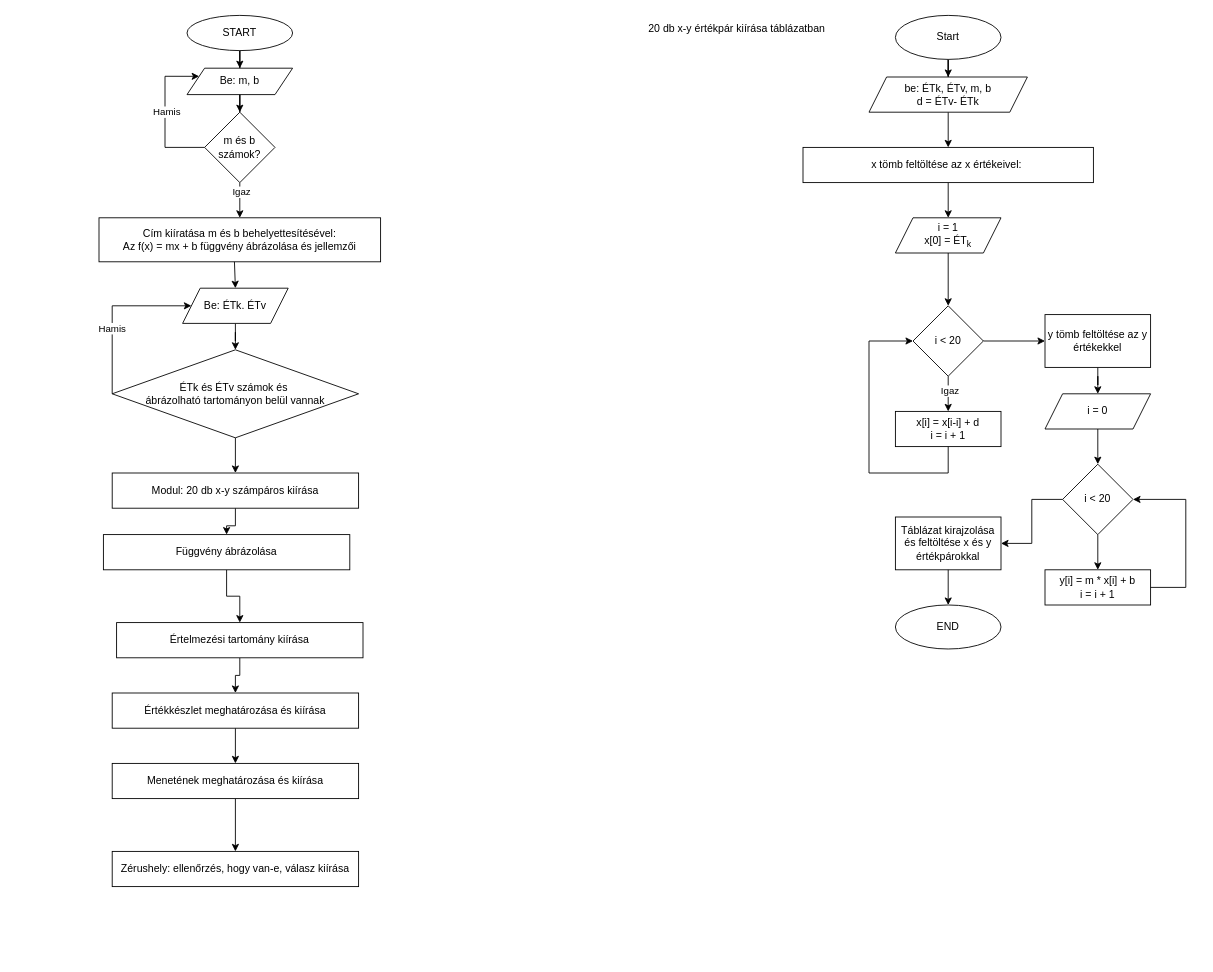
This is elsofoku.drawio from Szirmill/szirmill.github.io, a draw.io file, before an edit. Source tidied: cells renumbered, new cells numbered last; positions are measured from the earlier drawing's top-left corner, leaving out a move shared by most shapes. Both pictures are drawn from the tidied source at 88%, with x=0, y=0 at pixel (99, 15).
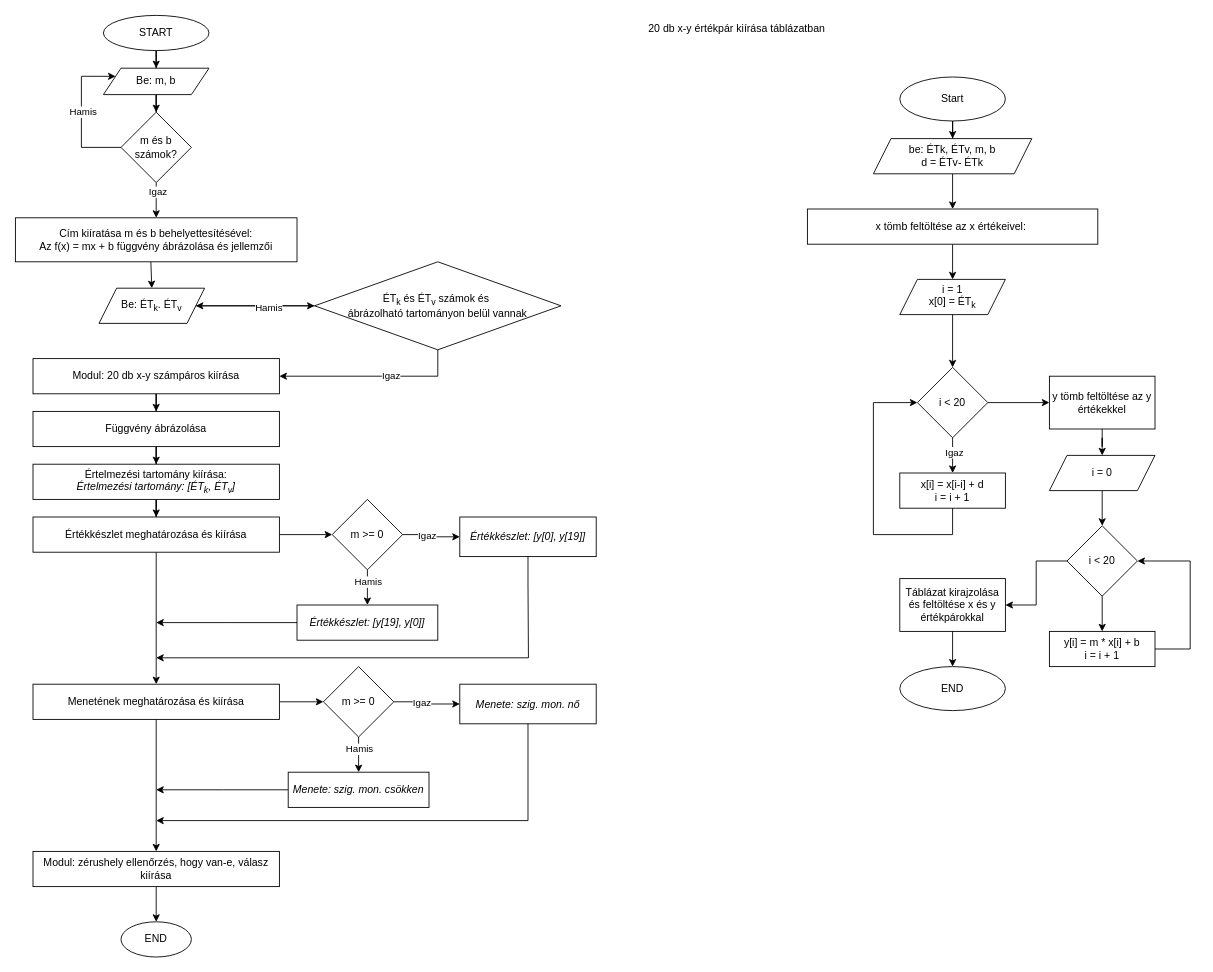
Above is the later version.

The edit, as a diff of the source:
```diff
@@
     <mxCell id="3" value="START" style="ellipse;whiteSpace=wrap;html=1;" parent="1" vertex="1">
-      <mxGeometry x="100" width="120" height="40" as="geometry" />
+      <mxGeometry x="5" width="120" height="40" as="geometry" />
     </mxCell>
@@
     <mxCell id="5" value="Be: m, b" style="shape=parallelogram;perimeter=parallelogramPerimeter;whiteSpace=wrap;html=1;fixedSize=1;" parent="1" vertex="1">
-      <mxGeometry x="100" y="60" width="120" height="30" as="geometry" />
+      <mxGeometry x="5" y="60" width="120" height="30" as="geometry" />
     </mxCell>
@@
     <mxCell id="8" style="edgeStyle=orthogonalEdgeStyle;rounded=0;jettySize=auto;html=1;exitX=0;exitY=0.5;exitDx=0;exitDy=0;entryX=0;entryY=0.25;entryDx=0;entryDy=0;" parent="1" edge="1" source="10" target="5">
       <mxGeometry relative="1" as="geometry">
         <Array as="points">
-          <mxPoint x="75" y="150" />
-          <mxPoint x="75" y="69" />
+          <mxPoint x="-20" y="150" />
+          <mxPoint x="-20" y="69" />
         </Array>
       </mxGeometry>
     </mxCell>
@@
     <mxCell id="10" value="m és b számok?" style="rhombus;whiteSpace=wrap;html=1;" parent="1" vertex="1">
-      <mxGeometry x="120" y="110" width="80" height="80" as="geometry" />
+      <mxGeometry x="25" y="110" width="80" height="80" as="geometry" />
     </mxCell>
@@
-    <mxCell id="12" value="Be: ÉTk.&amp;nbsp;&lt;span style=&quot;background-color: transparent; color: light-dark(rgb(0, 0, 0), rgb(255, 255, 255));&quot;&gt;ÉTv&lt;/span&gt;" style="shape=parallelogram;perimeter=parallelogramPerimeter;whiteSpace=wrap;html=1;fixedSize=1;" parent="1" vertex="1">
-      <mxGeometry x="95" y="310" width="120" height="40" as="geometry" />
+    <mxCell id="12" value="Be: ÉT&lt;sub&gt;k&lt;/sub&gt;.&amp;nbsp;&lt;span style=&quot;background-color: transparent; color: light-dark(rgb(0, 0, 0), rgb(255, 255, 255));&quot;&gt;ÉT&lt;sub&gt;v&lt;/sub&gt;&lt;/span&gt;" style="shape=parallelogram;perimeter=parallelogramPerimeter;whiteSpace=wrap;html=1;fixedSize=1;" parent="1" vertex="1">
+      <mxGeometry y="310" width="120" height="40" as="geometry" />
     </mxCell>
-    <mxCell id="13" value="ÉTk és ÉTv számok és&amp;nbsp;&lt;div&gt;ábrázolható tartományon belül vannak&lt;/div&gt;" style="rhombus;whiteSpace=wrap;html=1;" parent="1" vertex="1">
-      <mxGeometry x="15" y="380" width="280" height="100" as="geometry" />
+    <mxCell id="13" value="ÉT&lt;sub&gt;k&lt;/sub&gt; és ÉT&lt;sub&gt;v&lt;/sub&gt; számok és&amp;nbsp;&lt;div&gt;ábrázolható tartományon belül vannak&lt;/div&gt;" style="rhombus;whiteSpace=wrap;html=1;" parent="1" vertex="1">
+      <mxGeometry x="245" y="280" width="280" height="100" as="geometry" />
     </mxCell>
@@
     <mxCell id="15" value="Modul: 20 db x-y számpáros kiírása" style="whiteSpace=wrap;html=1;" parent="1" vertex="1">
-      <mxGeometry x="15" y="520" width="280" height="40" as="geometry" />
+      <mxGeometry x="-75" y="390" width="280" height="40" as="geometry" />
     </mxCell>
     <mxCell id="16" value="Cím kiíratása m és b behelyettesítésével:&lt;br&gt;Az f(x) = mx + b függvény ábrázolása és jellemzői" style="rounded=0;whiteSpace=wrap;html=1;" parent="1" vertex="1">
-      <mxGeometry y="230" width="320" height="50" as="geometry" />
+      <mxGeometry x="-95" y="230" width="320" height="50" as="geometry" />
     </mxCell>
@@
     <mxCell id="18" value="Függvény ábrázolása" style="whiteSpace=wrap;html=1;" parent="1" vertex="1">
-      <mxGeometry x="5" y="590" width="280" height="40" as="geometry" />
+      <mxGeometry x="-75" y="450" width="280" height="40" as="geometry" />
     </mxCell>
@@
-    <mxCell id="20" value="Értelmezési tartomány kiírása" style="whiteSpace=wrap;html=1;" parent="1" vertex="1">
-      <mxGeometry x="20" y="690" width="280" height="40" as="geometry" />
+    <mxCell id="20" value="Értelmezési tartomány kiírása:&lt;div&gt;&lt;i&gt;Értelmezési tartomány: [ÉT&lt;sub&gt;k&lt;/sub&gt;, ÉT&lt;sub&gt;v&lt;/sub&gt;]&lt;/i&gt;&lt;/div&gt;" style="whiteSpace=wrap;html=1;" parent="1" vertex="1">
+      <mxGeometry x="-75" y="510" width="280" height="40" as="geometry" />
     </mxCell>
@@
+    <mxCell id="57" style="edgeStyle=orthogonalEdgeStyle;rounded=0;jettySize=auto;html=1;exitX=1;exitY=0.5;exitDx=0;exitDy=0;entryX=0;entryY=0.5;entryDx=0;entryDy=0;" parent="1" edge="1" source="22" target="65">
+      <mxGeometry relative="1" as="geometry" />
+    </mxCell>
     <mxCell id="22" value="Értékkészlet meghatározása és kiírása" style="whiteSpace=wrap;html=1;" parent="1" vertex="1">
-      <mxGeometry x="15" y="770" width="280" height="40" as="geometry" />
+      <mxGeometry x="-75" y="570" width="280" height="40" as="geometry" />
     </mxCell>
@@
+    <mxCell id="58" style="edgeStyle=orthogonalEdgeStyle;rounded=0;jettySize=auto;html=1;exitX=1;exitY=0.5;exitDx=0;exitDy=0;" parent="1" edge="1" source="24" target="74">
+      <mxGeometry relative="1" as="geometry" />
+    </mxCell>
     <mxCell id="24" value="Menetének meghatározása és kiírása" style="whiteSpace=wrap;html=1;" parent="1" vertex="1">
-      <mxGeometry x="15" y="850" width="280" height="40" as="geometry" />
+      <mxGeometry x="-75" y="760" width="280" height="40" as="geometry" />
     </mxCell>
+    <mxCell id="59" style="edgeStyle=orthogonalEdgeStyle;rounded=0;jettySize=auto;html=1;" parent="1" edge="1" source="25" target="79">
+      <mxGeometry relative="1" as="geometry" />
+    </mxCell>
-    <mxCell id="25" value="Zérushely: ellenőrzés, hogy van-e, válasz kiírása" style="whiteSpace=wrap;html=1;" parent="1" vertex="1">
-      <mxGeometry x="15" y="950" width="280" height="40" as="geometry" />
+    <mxCell id="25" value="Modul: zérushely ellenőrzés, hogy van-e, válasz kiírása" style="whiteSpace=wrap;html=1;" parent="1" vertex="1">
+      <mxGeometry x="-75" y="950" width="280" height="40" as="geometry" />
     </mxCell>
@@
-    <mxCell id="27" style="endArrow=classic;html=1;rounded=0;exitX=0;exitY=0.5;exitDx=0;exitDy=0;entryX=0;entryY=0.5;entryDx=0;entryDy=0;" parent="1" edge="1" source="13" target="12">
-      <mxGeometry relative="1" as="geometry">
-        <Array as="points">
-          <mxPoint x="15" y="330" />
-        </Array>
-      </mxGeometry>
+    <mxCell id="27" style="endArrow=classic;html=1;rounded=0;exitX=0;exitY=0.5;exitDx=0;exitDy=0;entryX=1;entryY=0.5;entryDx=0;entryDy=0;" parent="1" edge="1" source="13" target="12">
+      <mxGeometry relative="1" as="geometry" />
     </mxCell>
@@
-    <mxCell id="29" style="endArrow=classic;html=1;rounded=0;exitX=0.5;exitY=1;exitDx=0;exitDy=0;entryX=0.5;entryY=0;entryDx=0;entryDy=0;" parent="1" edge="1" source="13" target="15">
-      <mxGeometry relative="1" as="geometry" />
+    <mxCell id="29" style="endArrow=classic;html=1;rounded=0;exitX=0.5;exitY=1;exitDx=0;exitDy=0;entryX=1;entryY=0.5;entryDx=0;entryDy=0;" parent="1" edge="1" source="13" target="15">
+      <mxGeometry relative="1" as="geometry">
+        <Array as="points">
+          <mxPoint x="385" y="410" />
+        </Array>
+      </mxGeometry>
     </mxCell>
+    <mxCell id="60" value="Igaz" style="edgeLabel;html=1;align=center;verticalAlign=middle;" parent="29" vertex="1">
+      <mxGeometry x="-0.2" y="-1" relative="1" as="geometry" />
+    </mxCell>
@@
     <mxCell id="31" value="Start" style="ellipse;whiteSpace=wrap;html=1;" parent="1" vertex="1">
-      <mxGeometry x="905" width="120" height="50" as="geometry" />
+      <mxGeometry x="910" y="70" width="120" height="50" as="geometry" />
     </mxCell>
@@
     <mxCell id="33" value="x tömb feltöltése az x értékeivel:&amp;nbsp;" style="whiteSpace=wrap;html=1;" parent="1" vertex="1">
-      <mxGeometry x="800" y="150" width="330" height="40" as="geometry" />
+      <mxGeometry x="805" y="220" width="330" height="40" as="geometry" />
     </mxCell>
@@
     <mxCell id="35" value="i = 1&lt;div&gt;x[0] = ÉT&lt;sub&gt;k&lt;/sub&gt;&lt;/div&gt;" style="shape=parallelogram;perimeter=parallelogramPerimeter;whiteSpace=wrap;html=1;fixedSize=1;" parent="1" vertex="1">
-      <mxGeometry x="905" y="230" width="120" height="40" as="geometry" />
+      <mxGeometry x="910" y="300" width="120" height="40" as="geometry" />
     </mxCell>
@@
     <mxCell id="39" value="i &amp;lt; 20" style="rhombus;whiteSpace=wrap;html=1;" parent="1" vertex="1">
-      <mxGeometry x="925" y="330" width="80" height="80" as="geometry" />
+      <mxGeometry x="930" y="400" width="80" height="80" as="geometry" />
     </mxCell>
     <mxCell id="40" value="x[i] = x[i-i] + d&lt;div&gt;i = i + 1&lt;/div&gt;" style="whiteSpace=wrap;html=1;" parent="1" vertex="1">
-      <mxGeometry x="905" y="450" width="120" height="40" as="geometry" />
+      <mxGeometry x="910" y="520" width="120" height="40" as="geometry" />
     </mxCell>
@@
     <mxCell id="42" value="be: ÉTk, ÉTv, m, b&lt;div&gt;d = ÉTv- ÉTk&lt;/div&gt;" style="shape=parallelogram;perimeter=parallelogramPerimeter;whiteSpace=wrap;html=1;fixedSize=1;" parent="1" vertex="1">
-      <mxGeometry x="875" y="70" width="180" height="40" as="geometry" />
+      <mxGeometry x="880" y="140" width="180" height="40" as="geometry" />
     </mxCell>
     <mxCell id="43" style="endArrow=classic;html=1;rounded=0;exitX=0.5;exitY=1;exitDx=0;exitDy=0;entryX=0;entryY=0.5;entryDx=0;entryDy=0;" parent="1" edge="1" source="40" target="39">
       <mxGeometry relative="1" as="geometry">
         <Array as="points">
-          <mxPoint x="965" y="520" />
-          <mxPoint x="875" y="520" />
-          <mxPoint x="875" y="370" />
+          <mxPoint x="970" y="590" />
+          <mxPoint x="880" y="590" />
+          <mxPoint x="880" y="440" />
         </Array>
       </mxGeometry>
     </mxCell>
@@
     <mxCell id="46" value="y tömb feltöltése az y értékekkel" style="rounded=0;whiteSpace=wrap;html=1;" parent="1" vertex="1">
-      <mxGeometry x="1075" y="340" width="120" height="60" as="geometry" />
+      <mxGeometry x="1080" y="410" width="120" height="60" as="geometry" />
     </mxCell>
@@
     <mxCell id="48" value="i = 0" style="shape=parallelogram;perimeter=parallelogramPerimeter;whiteSpace=wrap;html=1;fixedSize=1;rounded=0;" parent="1" vertex="1">
-      <mxGeometry x="1075" y="430" width="120" height="40" as="geometry" />
+      <mxGeometry x="1080" y="500" width="120" height="40" as="geometry" />
     </mxCell>
@@
     <mxCell id="51" value="i &amp;lt; 20" style="rhombus;whiteSpace=wrap;html=1;rounded=0;" parent="1" vertex="1">
-      <mxGeometry x="1095" y="510" width="80" height="80" as="geometry" />
+      <mxGeometry x="1100" y="580" width="80" height="80" as="geometry" />
     </mxCell>
     <mxCell id="52" value="y[i] = m * x[i] + b&lt;div&gt;i = i + 1&lt;/div&gt;" style="whiteSpace=wrap;html=1;rounded=0;" parent="1" vertex="1">
-      <mxGeometry x="1075" y="630" width="120" height="40" as="geometry" />
+      <mxGeometry x="1080" y="700" width="120" height="40" as="geometry" />
     </mxCell>
     <mxCell id="53" style="endArrow=classic;html=1;rounded=0;exitX=1;exitY=0.5;exitDx=0;exitDy=0;entryX=1;entryY=0.5;entryDx=0;entryDy=0;" parent="1" edge="1" source="52" target="51">
       <mxGeometry relative="1" as="geometry">
         <Array as="points">
-          <mxPoint x="1235" y="650" />
-          <mxPoint x="1235" y="550" />
+          <mxPoint x="1240" y="720" />
+          <mxPoint x="1240" y="620" />
         </Array>
       </mxGeometry>
     </mxCell>
     <mxCell id="54" value="Táblázat kirajzolása és feltöltése x és y értékpárokkal" style="whiteSpace=wrap;html=1;rounded=0;" parent="1" vertex="1">
-      <mxGeometry x="905" y="570" width="120" height="60" as="geometry" />
+      <mxGeometry x="910" y="640" width="120" height="60" as="geometry" />
     </mxCell>
     <mxCell id="55" value="END" style="ellipse;whiteSpace=wrap;html=1;" parent="1" vertex="1">
-      <mxGeometry x="905" y="670" width="120" height="50" as="geometry" />
+      <mxGeometry x="910" y="740" width="120" height="50" as="geometry" />
     </mxCell>
@@
+    <mxCell id="61" style="edgeStyle=orthogonalEdgeStyle;rounded=0;jettySize=auto;html=1;" parent="1" edge="1" source="65" target="67">
+      <mxGeometry relative="1" as="geometry" />
+    </mxCell>
+    <mxCell id="62" value="Igaz" style="edgeLabel;html=1;align=center;verticalAlign=middle;" parent="61" vertex="1">
+      <mxGeometry x="-0.21" relative="1" as="geometry" />
+    </mxCell>
+    <mxCell id="63" style="edgeStyle=orthogonalEdgeStyle;rounded=0;jettySize=auto;html=1;" parent="1" edge="1" source="65" target="69">
+      <mxGeometry relative="1" as="geometry" />
+    </mxCell>
+    <mxCell id="64" value="Hamis" style="edgeLabel;html=1;align=center;verticalAlign=middle;" parent="63" vertex="1">
+      <mxGeometry x="-0.36" relative="1" as="geometry" />
+    </mxCell>
+    <mxCell id="65" value="m &amp;gt;= 0" style="rhombus;whiteSpace=wrap;html=1;" parent="1" vertex="1">
+      <mxGeometry x="265" y="550" width="80" height="80" as="geometry" />
+    </mxCell>
+    <mxCell id="66" style="edgeStyle=orthogonalEdgeStyle;rounded=0;orthogonalLoop=1;jettySize=auto;html=1;exitX=0.5;exitY=1;exitDx=0;exitDy=0;" parent="1" edge="1">
+      <mxGeometry relative="1" as="geometry">
+        <mxPoint x="487.5" y="570" as="sourcePoint" />
+        <mxPoint x="65" y="730" as="targetPoint" />
+        <Array as="points">
+          <mxPoint x="488" y="645" />
+          <mxPoint x="488" y="730" />
+        </Array>
+      </mxGeometry>
+    </mxCell>
+    <mxCell id="67" value="&lt;div&gt;&lt;i&gt;Értékkészlet: [y[0], y[19]]&lt;/i&gt;&lt;/div&gt;" style="whiteSpace=wrap;html=1;" parent="1" vertex="1">
+      <mxGeometry x="410" y="570" width="155" height="45" as="geometry" />
+    </mxCell>
+    <mxCell id="68" style="edgeStyle=orthogonalEdgeStyle;rounded=0;jettySize=auto;html=1;exitX=0;exitY=0.5;exitDx=0;exitDy=0;" parent="1" edge="1" source="69">
+      <mxGeometry relative="1" as="geometry">
+        <mxPoint x="65" y="690" as="targetPoint" />
+      </mxGeometry>
+    </mxCell>
+    <mxCell id="69" value="&lt;i&gt;Értékkészlet: [y[19], y[0]]&lt;/i&gt;" style="whiteSpace=wrap;html=1;" parent="1" vertex="1">
+      <mxGeometry x="225" y="670" width="160" height="40" as="geometry" />
+    </mxCell>
+    <mxCell id="70" style="edgeStyle=orthogonalEdgeStyle;rounded=0;jettySize=auto;html=1;" parent="1" edge="1" source="74" target="76">
+      <mxGeometry relative="1" as="geometry" />
+    </mxCell>
+    <mxCell id="71" value="Igaz" style="edgeLabel;html=1;align=center;verticalAlign=middle;" parent="70" vertex="1">
+      <mxGeometry x="-0.21" relative="1" as="geometry" />
+    </mxCell>
+    <mxCell id="72" style="edgeStyle=orthogonalEdgeStyle;rounded=0;jettySize=auto;html=1;" parent="1" edge="1" source="74" target="78">
+      <mxGeometry relative="1" as="geometry" />
+    </mxCell>
+    <mxCell id="73" value="Hamis" style="edgeLabel;html=1;align=center;verticalAlign=middle;" parent="72" vertex="1">
+      <mxGeometry x="-0.36" relative="1" as="geometry" />
+    </mxCell>
+    <mxCell id="74" value="m &amp;gt;= 0" style="rhombus;whiteSpace=wrap;html=1;" parent="1" vertex="1">
+      <mxGeometry x="255" y="740" width="80" height="80" as="geometry" />
+    </mxCell>
+    <mxCell id="75" style="edgeStyle=orthogonalEdgeStyle;rounded=0;orthogonalLoop=1;jettySize=auto;html=1;exitX=0.5;exitY=1;exitDx=0;exitDy=0;" parent="1" edge="1">
+      <mxGeometry relative="1" as="geometry">
+        <mxPoint x="487.5" y="770" as="sourcePoint" />
+        <mxPoint x="65" y="915" as="targetPoint" />
+        <Array as="points">
+          <mxPoint x="488" y="915" />
+          <mxPoint x="225" y="915" />
+        </Array>
+      </mxGeometry>
+    </mxCell>
+    <mxCell id="76" value="&lt;div&gt;&lt;i&gt;Menete: szig. mon. nő&lt;/i&gt;&lt;/div&gt;" style="whiteSpace=wrap;html=1;" parent="1" vertex="1">
+      <mxGeometry x="410" y="760" width="155" height="45" as="geometry" />
+    </mxCell>
+    <mxCell id="77" style="edgeStyle=orthogonalEdgeStyle;rounded=0;jettySize=auto;html=1;exitX=0;exitY=0.5;exitDx=0;exitDy=0;" parent="1" edge="1" source="78">
+      <mxGeometry relative="1" as="geometry">
+        <mxPoint x="65" y="880" as="targetPoint" />
+      </mxGeometry>
+    </mxCell>
+    <mxCell id="78" value="&lt;i&gt;Menete: szig. mon. csökken&lt;/i&gt;" style="whiteSpace=wrap;html=1;" parent="1" vertex="1">
+      <mxGeometry x="215" y="860" width="160" height="40" as="geometry" />
+    </mxCell>
+    <mxCell id="79" value="END" style="ellipse;whiteSpace=wrap;html=1;" parent="1" vertex="1">
+      <mxGeometry x="25" y="1030" width="80" height="40" as="geometry" />
+    </mxCell>
```
